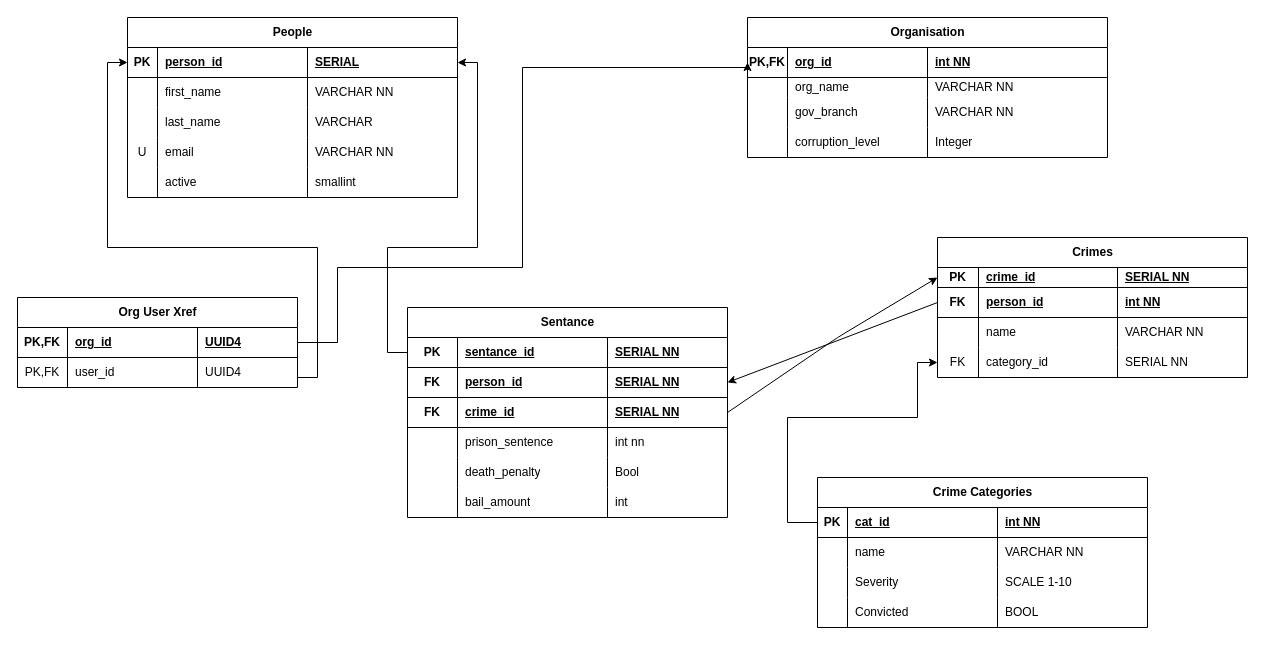
Earlier version of the draw.io diagram erd.drawio (mitchell-devpipline/marshhomework). Source tidied: cells renumbered, new cells numbered last; positions are measured from the earlier drawing's top-left corner, leaving out a move shared by most shapes. Both pictures are drawn from the tidied source at 100%, with x=0, y=0 at pixel (17, 17).
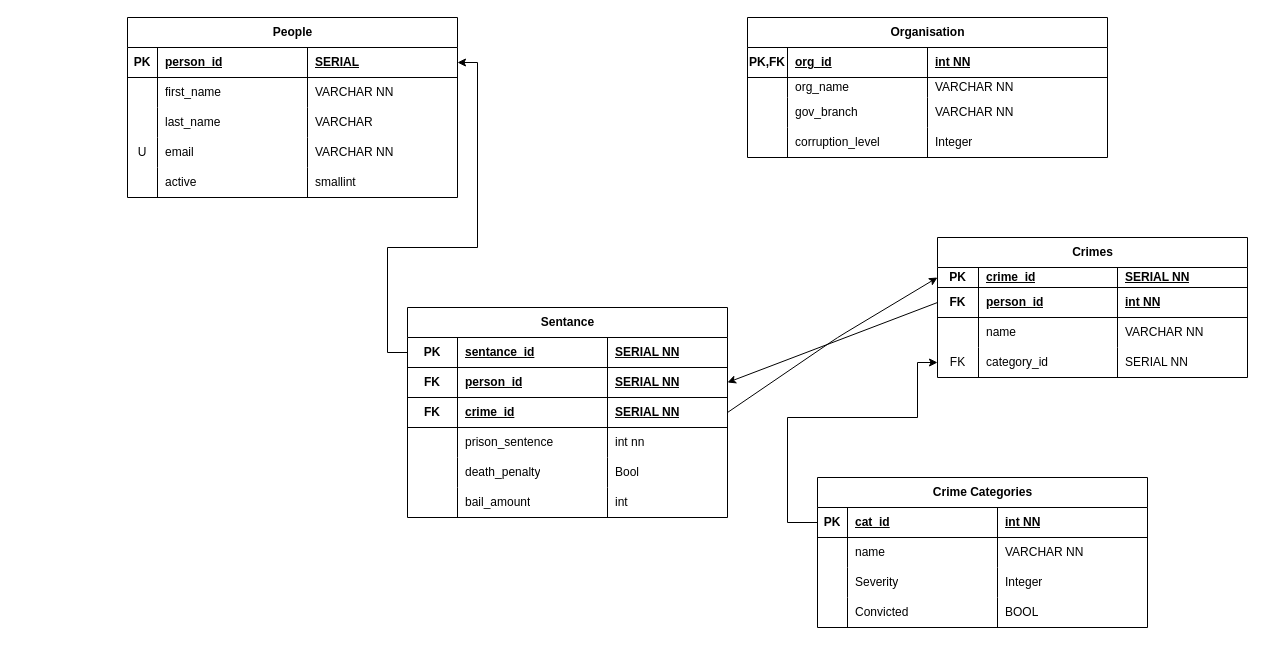
Above is the later version.

Unchanged cells that the change refers to:
```xml
<mxCell id="3" style="shape=tableRow;horizontal=0;startSize=0;swimlaneHead=0;swimlaneBody=0;fillColor=none;points=[[0,0.5],[1,0.5]];portConstraint=eastwest;top=0;left=0;right=0;bottom=1;" parent="2" vertex="1">
  <mxGeometry y="30" width="330" height="30" as="geometry" />
</mxCell>
<mxCell id="24" style="shape=tableRow;horizontal=0;startSize=0;swimlaneHead=0;swimlaneBody=0;fillColor=none;points=[[0,0.5],[1,0.5]];portConstraint=eastwest;top=0;left=0;right=0;bottom=1;" parent="23" vertex="1">
  <mxGeometry y="30" width="360" height="30" as="geometry" />
</mxCell>
<mxCell id="102" style="shape=tableRow;horizontal=0;startSize=0;swimlaneHead=0;swimlaneBody=0;fillColor=none;top=0;left=0;right=0;bottom=0;" parent="93" vertex="1">
  <mxGeometry y="90" width="330" height="30" as="geometry" />
</mxCell>
```

Diff of the diagram source:
```diff
@@
-    <mxCell id="82" value="Org User Xref" style="shape=table;startSize=30;childLayout=tableLayout;rowLines=0;fontStyle=1;align=center;html=1;" parent="1" vertex="1">
-      <mxGeometry y="280" width="280" height="90" as="geometry" />
-    </mxCell>
-    <mxCell id="83" style="shape=tableRow;horizontal=0;startSize=0;swimlaneHead=0;swimlaneBody=0;fillColor=none;points=[[0,0.5],[1,0.5]];portConstraint=eastwest;top=0;left=0;right=0;bottom=1;" parent="82" vertex="1">
-      <mxGeometry y="30" width="280" height="30" as="geometry" />
-    </mxCell>
-    <mxCell id="84" value="PK,FK" style="shape=partialRectangle;fillColor=none;top=0;left=0;bottom=0;right=0;fontStyle=1;overflow=hidden;whiteSpace=wrap;html=1;" parent="83" vertex="1">
-      <mxGeometry width="50" height="30" as="geometry" />
-    </mxCell>
-    <mxCell id="85" value="org_id" style="shape=partialRectangle;fillColor=none;top=0;left=0;bottom=0;right=0;align=left;spacingLeft=6;fontStyle=5;overflow=hidden;whiteSpace=wrap;html=1;" parent="83" vertex="1">
-      <mxGeometry x="50" width="130" height="30" as="geometry" />
-    </mxCell>
-    <mxCell id="86" value="UUID4" style="shape=partialRectangle;fillColor=none;top=0;left=0;bottom=0;right=0;align=left;spacingLeft=6;fontStyle=5;overflow=hidden;whiteSpace=wrap;html=1;" parent="83" vertex="1">
-      <mxGeometry x="180" width="100" height="30" as="geometry" />
-    </mxCell>
-    <mxCell id="87" style="shape=tableRow;horizontal=0;startSize=0;swimlaneHead=0;swimlaneBody=0;fillColor=none;top=0;left=0;right=0;bottom=0;" parent="82" vertex="1">
-      <mxGeometry y="60" width="280" height="30" as="geometry" />
-    </mxCell>
-    <mxCell id="88" value="PK,FK" style="shape=partialRectangle;fillColor=none;top=0;left=0;bottom=0;right=0;overflow=hidden;whiteSpace=wrap;html=1;" parent="87" vertex="1">
-      <mxGeometry width="50" height="30" as="geometry" />
-    </mxCell>
-    <mxCell id="89" value="user_id" style="shape=partialRectangle;fillColor=none;top=0;left=0;bottom=0;right=0;align=left;spacingLeft=6;overflow=hidden;whiteSpace=wrap;html=1;" parent="87" vertex="1">
-      <mxGeometry x="50" width="130" height="30" as="geometry" />
-    </mxCell>
-    <mxCell id="90" value="UUID4" style="shape=partialRectangle;fillColor=none;top=0;left=0;bottom=0;right=0;align=left;spacingLeft=6;overflow=hidden;whiteSpace=wrap;html=1;" parent="87" vertex="1">
-      <mxGeometry x="180" width="100" height="30" as="geometry" />
-    </mxCell>
-    <mxCell id="91" style="edgeStyle=orthogonalEdgeStyle;rounded=0;jettySize=auto;html=1;exitX=1;exitY=0.5;exitDx=0;exitDy=0;entryX=0;entryY=0.5;entryDx=0;entryDy=0;" parent="1" edge="1" source="83" target="3">
-      <mxGeometry relative="1" as="geometry">
-        <Array as="points">
-          <mxPoint x="280" y="360" />
-          <mxPoint x="300" y="360" />
-          <mxPoint x="300" y="230" />
-          <mxPoint x="90" y="230" />
-          <mxPoint x="90" y="45" />
-        </Array>
-      </mxGeometry>
-    </mxCell>
-    <mxCell id="92" style="edgeStyle=orthogonalEdgeStyle;rounded=0;jettySize=auto;html=1;exitX=1;exitY=0.5;exitDx=0;exitDy=0;entryX=0;entryY=0.5;entryDx=0;entryDy=0;" parent="1" edge="1" source="83" target="24">
-      <mxGeometry relative="1" as="geometry">
-        <Array as="points">
-          <mxPoint x="320" y="325" />
-          <mxPoint x="320" y="250" />
-          <mxPoint x="505" y="250" />
-          <mxPoint x="505" y="50" />
-          <mxPoint x="730" y="50" />
-        </Array>
-      </mxGeometry>
-    </mxCell>
@@
-    <mxCell id="105" value="SCALE 1-10" style="shape=partialRectangle;fillColor=none;top=0;left=0;bottom=0;right=0;align=left;spacingLeft=6;overflow=hidden;whiteSpace=wrap;html=1;" parent="102" vertex="1">
+    <mxCell id="105" value="Integer" style="shape=partialRectangle;fillColor=none;top=0;left=0;bottom=0;right=0;align=left;spacingLeft=6;overflow=hidden;whiteSpace=wrap;html=1;" parent="102" vertex="1">
       <mxGeometry x="180" width="150" height="30" as="geometry" />
     </mxCell>
```
